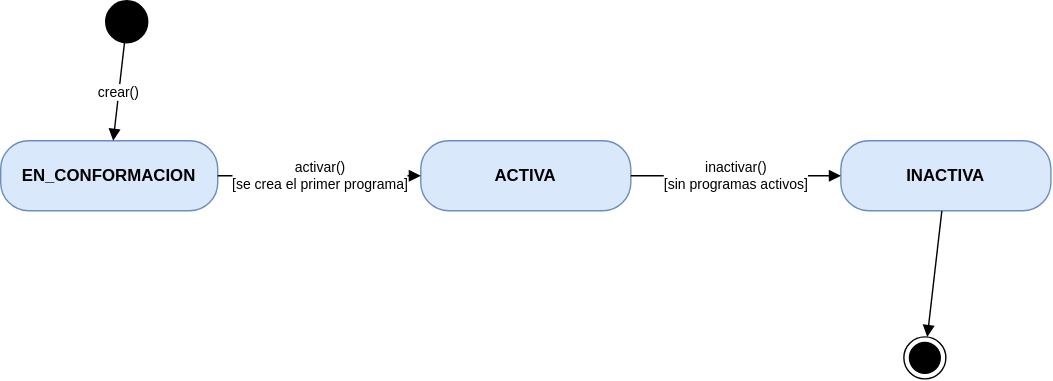
Earlier version of the draw.io export documentacion/assets/diagramas/diagramas-estado-5.svg (JaiderSoto07/kudos-backend). Source tidied: cells renumbered, new cells last; positions are measured from the earlier drawing's top-left corner, leaving out a move shared by most shapes.
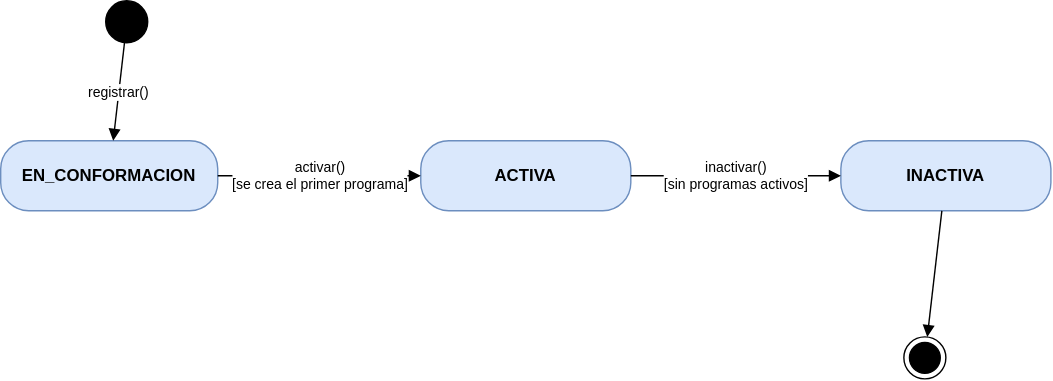
Above is the later version.

What changed in the source:
```diff
@@ -14,7 +14,7 @@
     <mxCell id="5" style="ellipse;fillColor=#000000;strokeColor=#000000;" parent="1" vertex="1">
       <mxGeometry x="75" width="30" height="30" as="geometry" />
     </mxCell>
-    <mxCell id="6" value="crear()" style="endArrow=block;endFill=1;html=1;rounded=0;fontSize=10;labelBackgroundColor=#ffffff;edgeStyle=none;" parent="1" edge="1" source="5" target="2">
+    <mxCell id="6" value="registrar()" style="endArrow=block;endFill=1;html=1;rounded=0;fontSize=10;labelBackgroundColor=#ffffff;edgeStyle=none;" parent="1" edge="1" source="5" target="2">
       <mxGeometry relative="1" as="geometry" />
     </mxCell>
     <mxCell id="7" style="ellipse;html=1;shape=endState;fillColor=#000000;strokeColor=#000000;" parent="1" vertex="1">
```
